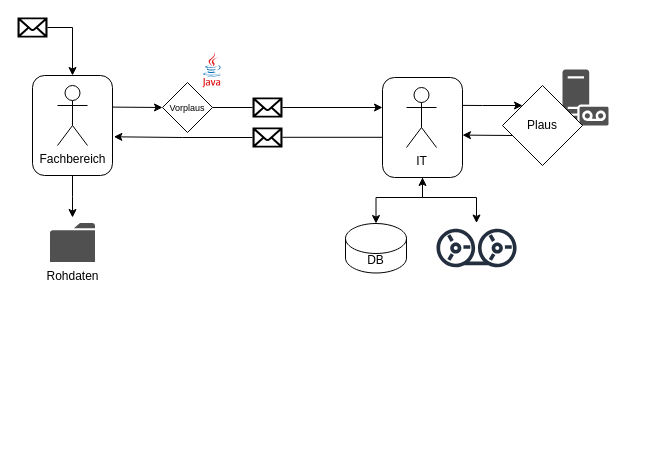
Earlier version of the draw.io diagram gvrail-plaus-app-legacy.drawio (s-fleck/charts). Source tidied: cells renumbered, new cells numbered last; positions are measured from the earlier drawing's top-left corner, leaving out a move shared by most shapes. Both pictures are drawn from the tidied source at 100%, with x=0, y=0 at pixel (17, 17). Pictures stored in the file or linked from it are replaced by grey dashed boxes.
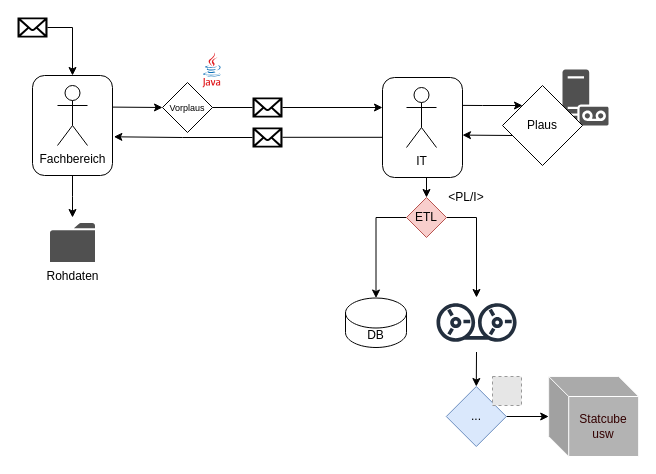
The same diagram, later.

The change refers to these unchanged cells:
```xml
<mxCell id="7" style="rounded=1;whiteSpace=wrap;html=1;fillColor=#ffffff;" parent="1" vertex="1">
  <mxGeometry x="365" y="60" width="80" height="100" as="geometry" />
</mxCell>
```

The edit, as a diff of the source:
```diff
@@
+    <mxCell id="28" style="edgeStyle=orthogonalEdgeStyle;rounded=0;jettySize=auto;html=1;entryX=0.5;entryY=0;entryDx=0;entryDy=0;startArrow=none;startFill=0;endArrow=classic;endFill=1;" parent="1" edge="1" target="32">
+      <mxGeometry relative="1" as="geometry">
+        <mxPoint x="459" y="334.5" as="sourcePoint" />
+      </mxGeometry>
+    </mxCell>
     <mxCell id="2" style="rounded=1;whiteSpace=wrap;html=1;fillColor=#ffffff;strokeWidth=0;opacity=0;" parent="1" vertex="1">
-      <mxGeometry x="421" y="205.5" width="76" height="50" as="geometry" />
+      <mxGeometry x="421" y="280" width="76" height="50" as="geometry" />
     </mxCell>
@@
-    <mxCell id="5" style="edgeStyle=orthogonalEdgeStyle;rounded=0;jettySize=auto;html=1;exitX=0.5;exitY=1;exitDx=0;exitDy=0;entryX=0.5;entryY=0;entryDx=0;entryDy=0;entryPerimeter=0;startArrow=classic;startFill=1;endArrow=classic;endFill=1;" parent="1" edge="1" source="7" target="21">
-      <mxGeometry relative="1" as="geometry">
-        <Array as="points">
-          <mxPoint x="405" y="180" />
-          <mxPoint x="359" y="180" />
-        </Array>
-      </mxGeometry>
-    </mxCell>
-    <mxCell id="6" style="edgeStyle=orthogonalEdgeStyle;rounded=0;jettySize=auto;html=1;exitX=0.5;exitY=1;exitDx=0;exitDy=0;entryX=0.5;entryY=0;entryDx=0;entryDy=0;startArrow=none;startFill=0;endArrow=classic;endFill=1;" parent="1" edge="1" source="7" target="2">
-      <mxGeometry relative="1" as="geometry">
-        <Array as="points">
-          <mxPoint x="405" y="180" />
-          <mxPoint x="459" y="180" />
-        </Array>
-      </mxGeometry>
-    </mxCell>
+    <mxCell id="29" style="edgeStyle=orthogonalEdgeStyle;rounded=0;jettySize=auto;html=1;exitX=0.5;exitY=1;exitDx=0;exitDy=0;entryX=0.5;entryY=0;entryDx=0;entryDy=0;startArrow=none;startFill=0;endArrow=classic;endFill=1;" parent="1" edge="1" source="7" target="37">
+      <mxGeometry relative="1" as="geometry" />
+    </mxCell>
@@
     <mxCell id="21" value="DB" style="shape=cylinder3;whiteSpace=wrap;html=1;boundedLbl=1;backgroundOutline=1;size=15;fillColor=#ffffff;" parent="1" vertex="1">
-      <mxGeometry x="328" y="206" width="61" height="49.5" as="geometry" />
+      <mxGeometry x="328" y="280.5" width="61" height="49.5" as="geometry" />
     </mxCell>
     <mxCell id="22" style="fontColor=#232F3E;gradientColor=none;fillColor=#232F3E;strokeColor=none;dashed=0;verticalLabelPosition=bottom;verticalAlign=top;align=center;html=1;fontSize=12;fontStyle=0;shape=mxgraph.aws4.tape_storage;" parent="1" vertex="1">
-      <mxGeometry x="419" y="211" width="80.1" height="39" as="geometry" />
+      <mxGeometry x="419" y="285.5" width="80.1" height="39" as="geometry" />
     </mxCell>
@@
+    <mxCell id="30" style="edgeStyle=orthogonalEdgeStyle;rounded=0;jettySize=auto;html=1;exitX=1;exitY=0.5;exitDx=0;exitDy=0;exitPerimeter=0;startArrow=none;startFill=0;" parent="1" edge="1" source="32" target="31">
+      <mxGeometry relative="1" as="geometry" />
+    </mxCell>
+    <mxCell id="31" value="&lt;font color=&quot;#330000&quot;&gt;Statcube&lt;br&gt;usw&lt;br&gt;&lt;/font&gt;" style="shape=cube;whiteSpace=wrap;html=1;boundedLbl=1;backgroundOutline=1;darkOpacity=0.05;darkOpacity2=0.1;strokeColor=#FFFFFF;fillColor=#B3B3B3;fontColor=#B3B3B3;" parent="1" vertex="1">
+      <mxGeometry x="531.2" y="359" width="90" height="80" as="geometry" />
+    </mxCell>
+    <mxCell id="32" value="..." style="rhombus;whiteSpace=wrap;html=1;fillColor=#dae8fc;strokeColor=#6c8ebf;" parent="1" vertex="1">
+      <mxGeometry x="428.8" y="369" width="60" height="60" as="geometry" />
+    </mxCell>
+    <mxCell id="33" style="fillColor=#E6E6E6;strokeColor=#999999;dashed=1;html=1;verticalAlign=top;verticalLabelPosition=bottom;labelBackgroundColor=#ffffff;" parent="1" vertex="1">
+      <mxGeometry x="475" y="359" width="29" height="29" as="geometry" />
+    </mxCell>
+    <mxCell id="34" value="&amp;lt;PL/I&amp;gt;" style="text;html=1;align=center;verticalAlign=middle;whiteSpace=wrap;rounded=0;" parent="1" vertex="1">
+      <mxGeometry x="428.8" y="170" width="40" height="20" as="geometry" />
+    </mxCell>
+    <mxCell id="35" style="edgeStyle=orthogonalEdgeStyle;rounded=0;jettySize=auto;html=1;exitX=0;exitY=0.5;exitDx=0;exitDy=0;entryX=0.5;entryY=0;entryDx=0;entryDy=0;entryPerimeter=0;startArrow=none;startFill=0;endArrow=classic;endFill=1;" parent="1" edge="1" source="37" target="21">
+      <mxGeometry relative="1" as="geometry" />
+    </mxCell>
+    <mxCell id="36" style="edgeStyle=orthogonalEdgeStyle;rounded=0;jettySize=auto;html=1;exitX=1;exitY=0.5;exitDx=0;exitDy=0;entryX=0.5;entryY=0;entryDx=0;entryDy=0;startArrow=none;startFill=0;endArrow=classic;endFill=1;" parent="1" edge="1" source="37" target="2">
+      <mxGeometry relative="1" as="geometry" />
+    </mxCell>
+    <mxCell id="37" value="ETL" style="rhombus;whiteSpace=wrap;html=1;fillColor=#f8cecc;strokeColor=#b85450;" parent="1" vertex="1">
+      <mxGeometry x="389" y="180" width="40" height="40" as="geometry" />
+    </mxCell>
```
